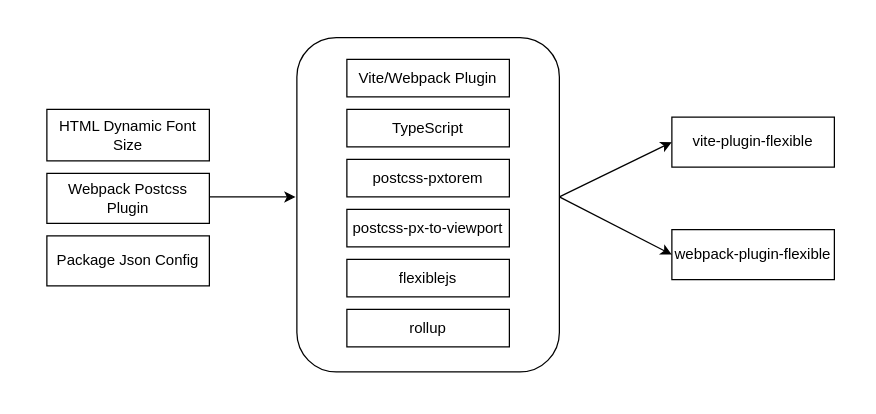
Before: drawio/flexible.drawio in zhixinpeng/storage, a draw.io diagram. Source tidied: cells renumbered, new cells numbered last; positions are measured from the earlier drawing's top-left corner, leaving out a move shared by most shapes. Both pictures are drawn from the tidied source at 125%, with x=0, y=0 at pixel (46, 36).
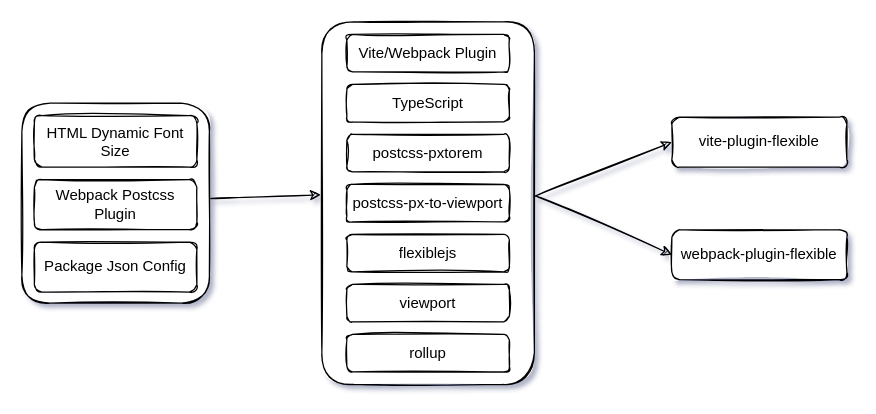
The same diagram, later.

What changed in the source:
```diff
@@
-<mxGraphModel>
+<mxGraphModel shadow="1">
   <root>
     <mxCell id="0" />
     <mxCell id="1" parent="0" />
+    <mxCell id="17" style="rounded=1;whiteSpace=wrap;html=1;sketch=1;" parent="1" vertex="1">
+      <mxGeometry x="-20" y="53" width="150" height="160" as="geometry" />
+    </mxCell>
-    <mxCell id="2" value="HTML Dynamic Font Size" style="rounded=0;whiteSpace=wrap;html=1;" parent="1" vertex="1">
-      <mxGeometry y="58" width="130" height="41.2" as="geometry" />
+    <mxCell id="2" value="HTML Dynamic Font Size" style="rounded=1;whiteSpace=wrap;html=1;sketch=1;" parent="1" vertex="1">
+      <mxGeometry x="-10" y="63" width="130" height="41.2" as="geometry" />
     </mxCell>
-    <mxCell id="3" value="Webpack Postcss Plugin" style="rounded=0;whiteSpace=wrap;html=1;" parent="1" vertex="1">
-      <mxGeometry y="109.2" width="130" height="40" as="geometry" />
+    <mxCell id="3" value="Webpack Postcss Plugin" style="rounded=1;whiteSpace=wrap;html=1;sketch=1;" parent="1" vertex="1">
+      <mxGeometry x="-10" y="114.2" width="130" height="40" as="geometry" />
     </mxCell>
-    <mxCell id="4" value="Package Json Config" style="rounded=0;whiteSpace=wrap;html=1;" parent="1" vertex="1">
-      <mxGeometry y="159.2" width="130" height="40" as="geometry" />
+    <mxCell id="4" value="Package Json Config" style="rounded=1;whiteSpace=wrap;html=1;sketch=1;" parent="1" vertex="1">
+      <mxGeometry x="-10" y="164.2" width="130" height="40" as="geometry" />
     </mxCell>
-    <mxCell id="5" style="rounded=1;whiteSpace=wrap;html=1;" parent="1" vertex="1">
-      <mxGeometry x="200" y="0.5" width="210" height="267.5" as="geometry" />
+    <mxCell id="5" style="rounded=1;whiteSpace=wrap;html=1;sketch=1;" parent="1" vertex="1">
+      <mxGeometry x="220" y="-12" width="170" height="290" as="geometry" />
     </mxCell>
-    <mxCell id="6" value="Vite/Webpack Plugin" style="rounded=0;whiteSpace=wrap;html=1;" parent="1" vertex="1">
-      <mxGeometry x="240" y="18" width="130" height="30" as="geometry" />
+    <mxCell id="6" value="Vite/Webpack Plugin" style="rounded=1;whiteSpace=wrap;html=1;sketch=1;" parent="1" vertex="1">
+      <mxGeometry x="240" y="-2" width="130" height="30" as="geometry" />
     </mxCell>
-    <mxCell id="7" value="TypeScript" style="rounded=0;whiteSpace=wrap;html=1;" parent="1" vertex="1">
-      <mxGeometry x="240" y="58" width="130" height="30" as="geometry" />
+    <mxCell id="7" value="TypeScript" style="rounded=1;whiteSpace=wrap;html=1;sketch=1;" parent="1" vertex="1">
+      <mxGeometry x="240" y="38" width="130" height="30" as="geometry" />
     </mxCell>
-    <mxCell id="8" value="postcss-pxtorem" style="rounded=0;whiteSpace=wrap;html=1;" parent="1" vertex="1">
-      <mxGeometry x="240" y="98" width="130" height="30" as="geometry" />
+    <mxCell id="8" value="postcss-pxtorem" style="rounded=1;whiteSpace=wrap;html=1;sketch=1;" parent="1" vertex="1">
+      <mxGeometry x="240" y="78" width="130" height="30" as="geometry" />
     </mxCell>
-    <mxCell id="9" value="postcss-px-to-viewport" style="rounded=0;whiteSpace=wrap;html=1;" parent="1" vertex="1">
-      <mxGeometry x="240" y="138" width="130" height="30" as="geometry" />
+    <mxCell id="9" value="postcss-px-to-viewport" style="rounded=1;whiteSpace=wrap;html=1;sketch=1;" parent="1" vertex="1">
+      <mxGeometry x="240" y="118" width="130" height="30" as="geometry" />
     </mxCell>
-    <mxCell id="10" value="flexiblejs" style="rounded=0;whiteSpace=wrap;html=1;" parent="1" vertex="1">
-      <mxGeometry x="240" y="178" width="130" height="30" as="geometry" />
+    <mxCell id="10" value="flexiblejs" style="rounded=1;whiteSpace=wrap;html=1;sketch=1;" parent="1" vertex="1">
+      <mxGeometry x="240" y="158" width="130" height="30" as="geometry" />
     </mxCell>
-    <mxCell id="11" value="vite-plugin-flexible" style="rounded=0;whiteSpace=wrap;html=1;" parent="1" vertex="1">
-      <mxGeometry x="500" y="64.2" width="130" height="40" as="geometry" />
+    <mxCell id="11" value="vite-plugin-flexible" style="rounded=1;whiteSpace=wrap;html=1;sketch=1;" parent="1" vertex="1">
+      <mxGeometry x="500" y="64.2" width="140" height="40" as="geometry" />
     </mxCell>
-    <mxCell id="12" value="webpack-plugin-flexible" style="rounded=0;whiteSpace=wrap;html=1;" parent="1" vertex="1">
-      <mxGeometry x="500" y="154.2" width="130" height="40" as="geometry" />
+    <mxCell id="12" value="webpack-plugin-flexible" style="rounded=1;whiteSpace=wrap;html=1;sketch=1;" parent="1" vertex="1">
+      <mxGeometry x="500" y="154.2" width="140" height="40" as="geometry" />
     </mxCell>
-    <mxCell id="13" value="rollup" style="rounded=0;whiteSpace=wrap;html=1;" parent="1" vertex="1">
-      <mxGeometry x="240" y="218" width="130" height="30" as="geometry" />
+    <mxCell id="13" value="viewport" style="rounded=1;whiteSpace=wrap;html=1;sketch=1;" parent="1" vertex="1">
+      <mxGeometry x="240" y="198" width="130" height="30" as="geometry" />
     </mxCell>
-    <mxCell id="14" style="endArrow=classic;html=1;rounded=0;entryX=-0.005;entryY=0.477;entryDx=0;entryDy=0;entryPerimeter=0;" parent="1" edge="1" target="5">
-      <mxGeometry relative="1" as="geometry">
-        <mxPoint x="130" y="128" as="sourcePoint" />
-      </mxGeometry>
+    <mxCell id="14" style="endArrow=classic;html=1;rounded=1;entryX=-0.005;entryY=0.477;entryDx=0;entryDy=0;entryPerimeter=0;sketch=1;curved=1;exitX=1.008;exitY=0.477;exitDx=0;exitDy=0;exitPerimeter=0;" parent="1" edge="1" source="17" target="5">
+      <mxGeometry relative="1" as="geometry" />
     </mxCell>
-    <mxCell id="15" style="endArrow=classic;html=1;rounded=0;entryX=0;entryY=0.5;entryDx=0;entryDy=0;" parent="1" edge="1" target="11">
+    <mxCell id="15" style="endArrow=classic;html=1;rounded=1;entryX=0;entryY=0.5;entryDx=0;entryDy=0;sketch=1;curved=1;shadow=0;" parent="1" edge="1" target="11">
       <mxGeometry relative="1" as="geometry">
-        <mxPoint x="410" y="128" as="sourcePoint" />
+        <mxPoint x="390" y="128" as="sourcePoint" />
       </mxGeometry>
     </mxCell>
-    <mxCell id="16" style="endArrow=classic;html=1;rounded=0;entryX=0;entryY=0.5;entryDx=0;entryDy=0;" parent="1" edge="1" target="12">
-      <mxGeometry relative="1" as="geometry">
-        <mxPoint x="410" y="128" as="sourcePoint" />
-      </mxGeometry>
+    <mxCell id="16" style="endArrow=classic;html=1;rounded=1;entryX=0;entryY=0.5;entryDx=0;entryDy=0;sketch=1;curved=1;exitX=1.01;exitY=0.481;exitDx=0;exitDy=0;exitPerimeter=0;" parent="1" edge="1" source="5" target="12">
+      <mxGeometry relative="1" as="geometry" />
     </mxCell>
+    <mxCell id="18" value="rollup" style="rounded=1;whiteSpace=wrap;html=1;sketch=1;" parent="1" vertex="1">
+      <mxGeometry x="240" y="238" width="130" height="30" as="geometry" />
+    </mxCell>
   </root>
 </mxGraphModel>
```
